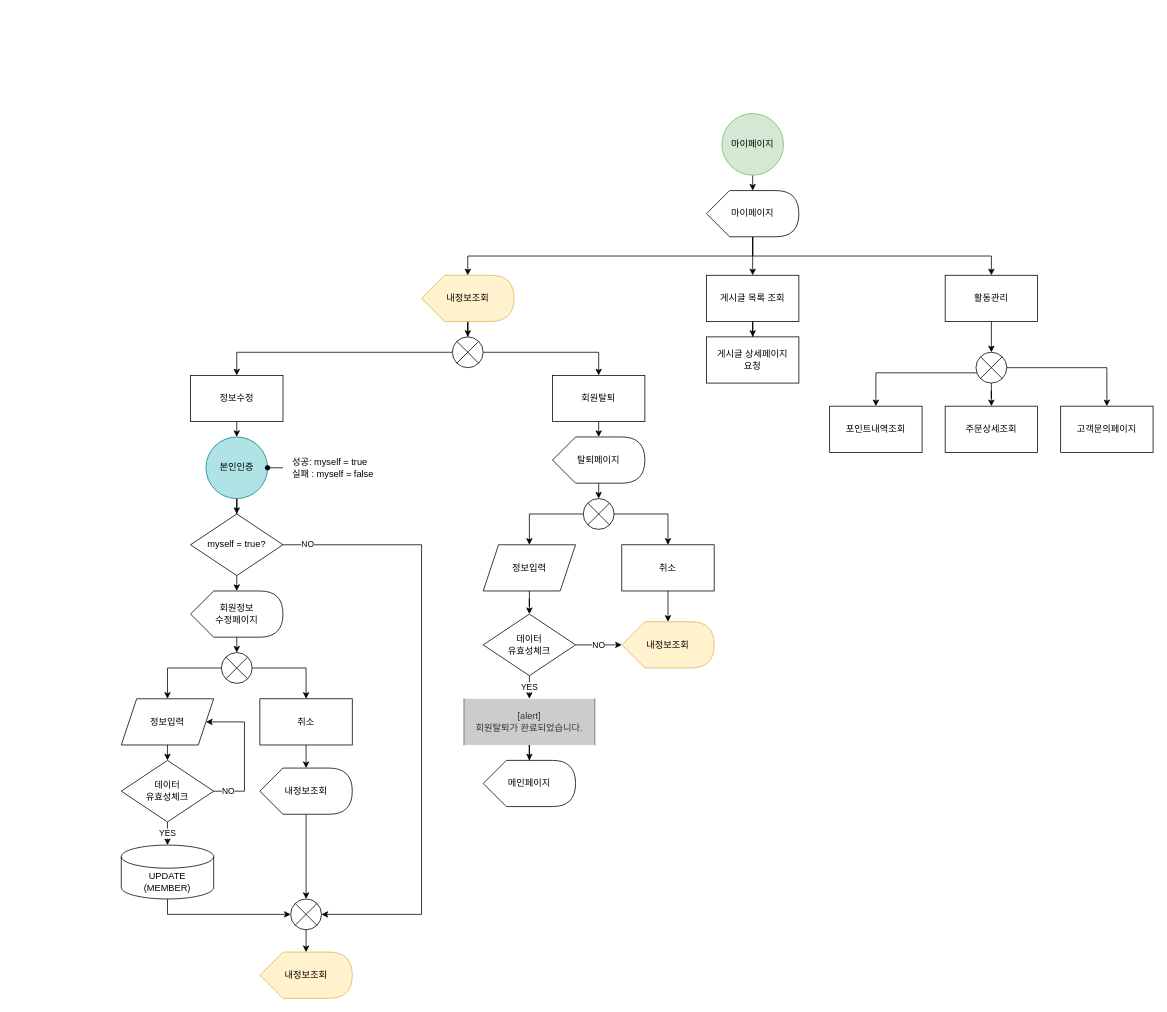
This is page "마이페이지" (7 of 8) of 설계/데이터흐름도/회원 flowchart(혜진).drawio from hjkim27/TEAM_Project, a draw.io file, before an edit. Source tidied: cells renumbered, new cells numbered last; positions are measured from the earlier drawing's top-left corner, leaving out a move shared by most shapes. Both pictures are drawn from the tidied source at 77%, with x=0, y=0 at pixel (121, 113).
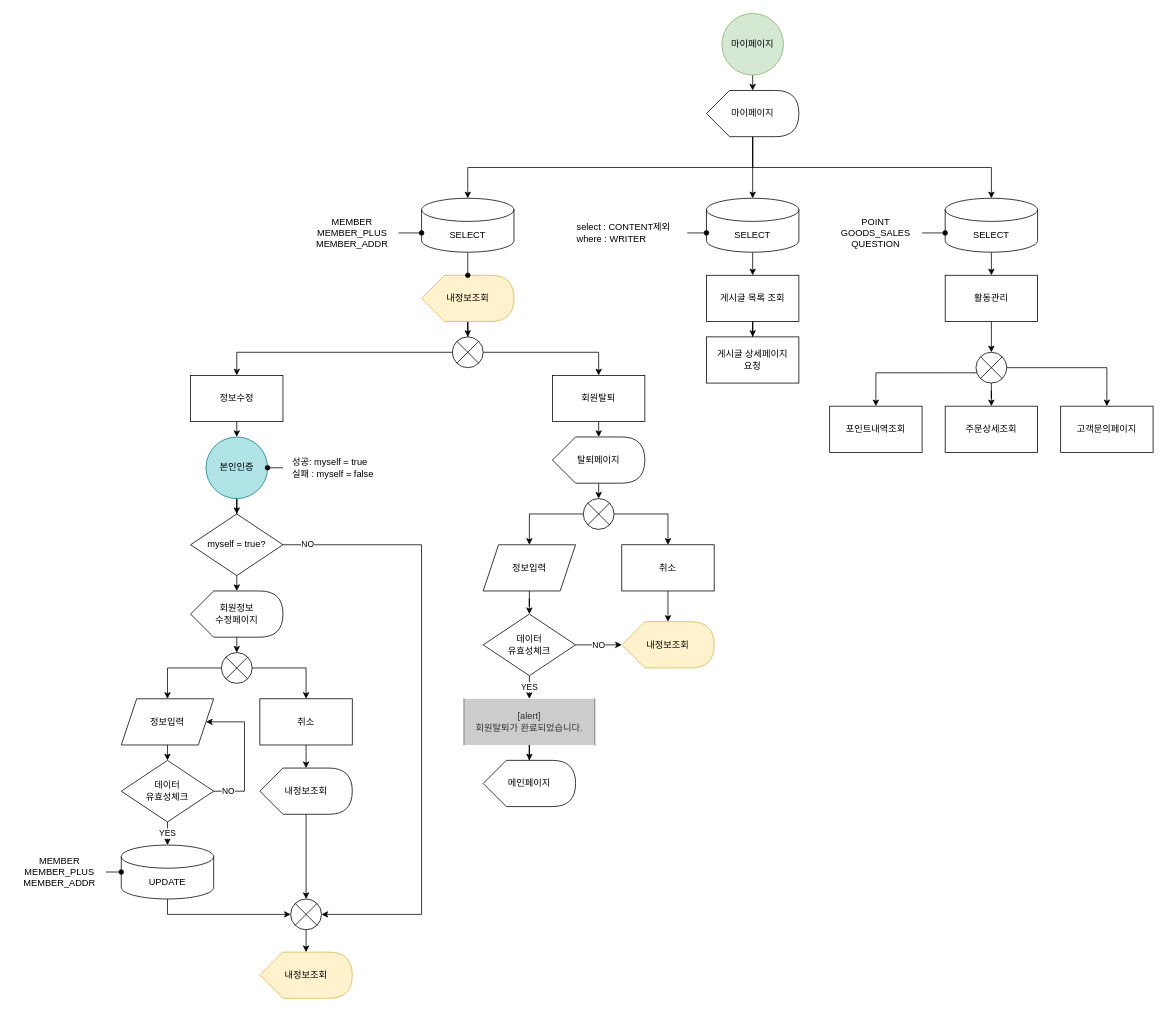
Above is the later version.

Unchanged cells that the change refers to:
```xml
<mxCell id="7" value="활동관리" style="whiteSpace=wrap;html=1;verticalAlign=middle;strokeWidth=1;" parent="1" vertex="1">
  <mxGeometry x="1070" y="210" width="120" height="60" as="geometry" />
</mxCell>
<mxCell id="9" value="게시글 목록 조회" style="whiteSpace=wrap;html=1;verticalAlign=middle;strokeWidth=1;" parent="1" vertex="1">
  <mxGeometry x="760" y="210" width="120" height="60" as="geometry" />
</mxCell>
<mxCell id="42" value="내정보조회" style="shape=display;whiteSpace=wrap;html=1;strokeWidth=1;align=center;fillColor=#fff2cc;strokeColor=#d6b656;" parent="1" vertex="1">
  <mxGeometry x="390" y="210" width="120" height="60" as="geometry" />
</mxCell>
```

Diff of the diagram source:
```diff
@@
     <mxCell id="3" value="마이페이지" style="ellipse;whiteSpace=wrap;html=1;strokeWidth=1;fillColor=#d5e8d4;align=center;verticalAlign=middle;strokeColor=#82b366;" parent="1" vertex="1">
-      <mxGeometry x="780" width="80" height="80" as="geometry" />
+      <mxGeometry x="780" y="-130" width="80" height="80" as="geometry" />
     </mxCell>
@@
-    <mxCell id="33" style="edgeStyle=orthogonalEdgeStyle;rounded=0;jettySize=auto;html=1;exitX=0;exitY=0;exitDx=60;exitDy=60;exitPerimeter=0;entryX=0.5;entryY=0;entryDx=0;entryDy=0;endArrow=classic;endFill=1;" parent="1" edge="1" source="36" target="9">
+    <mxCell id="33" style="edgeStyle=orthogonalEdgeStyle;rounded=0;jettySize=auto;html=1;exitX=0;exitY=0;exitDx=60;exitDy=60;exitPerimeter=0;endArrow=classic;endFill=1;entryX=0.5;entryY=0;entryDx=0;entryDy=0;entryPerimeter=0;" parent="1" edge="1" source="36" target="78">
       <mxGeometry relative="1" as="geometry" />
     </mxCell>
-    <mxCell id="34" style="edgeStyle=orthogonalEdgeStyle;rounded=0;jettySize=auto;html=1;exitX=0;exitY=0;exitDx=60;exitDy=60;exitPerimeter=0;entryX=0.5;entryY=0;entryDx=0;entryDy=0;endArrow=classic;endFill=1;" parent="1" edge="1" source="36" target="7">
-      <mxGeometry relative="1" as="geometry" />
+    <mxCell id="34" style="edgeStyle=orthogonalEdgeStyle;rounded=0;jettySize=auto;html=1;exitX=0;exitY=0;exitDx=60;exitDy=60;exitPerimeter=0;endArrow=classic;endFill=1;" parent="1" edge="1" source="36">
+      <mxGeometry relative="1" as="geometry">
+        <mxPoint x="1130" y="110" as="targetPoint" />
+        <Array as="points">
+          <mxPoint x="820" y="70" />
+          <mxPoint x="1130" y="70" />
+        </Array>
+      </mxGeometry>
     </mxCell>
-    <mxCell id="35" style="edgeStyle=orthogonalEdgeStyle;rounded=0;jettySize=auto;html=1;exitX=0;exitY=0;exitDx=60;exitDy=60;exitPerimeter=0;endArrow=classic;endFill=1;" parent="1" edge="1" source="36" target="42">
+    <mxCell id="35" style="edgeStyle=orthogonalEdgeStyle;rounded=0;jettySize=auto;html=1;exitX=0;exitY=0;exitDx=60;exitDy=60;exitPerimeter=0;endArrow=classic;endFill=1;entryX=0.5;entryY=0;entryDx=0;entryDy=0;entryPerimeter=0;" parent="1" edge="1" source="36" target="74">
       <mxGeometry relative="1" as="geometry" />
     </mxCell>
     <mxCell id="36" value="마이페이지" style="shape=display;whiteSpace=wrap;html=1;strokeWidth=1;align=center;" parent="1" vertex="1">
-      <mxGeometry x="760" y="100" width="120" height="60" as="geometry" />
+      <mxGeometry x="760" y="-30" width="120" height="60" as="geometry" />
     </mxCell>
@@
-    <mxCell id="67" value="UPDATE&lt;br&gt;(MEMBER)" style="shape=cylinder3;whiteSpace=wrap;html=1;boundedLbl=1;backgroundOutline=1;size=15;strokeWidth=1;align=center;" parent="1" vertex="1">
+    <mxCell id="67" value="UPDATE" style="shape=cylinder3;whiteSpace=wrap;html=1;boundedLbl=1;backgroundOutline=1;size=15;strokeWidth=1;align=center;" parent="1" vertex="1">
       <mxGeometry y="950" width="120" height="70" as="geometry" />
     </mxCell>
@@
+    <mxCell id="71" style="edgeStyle=orthogonalEdgeStyle;rounded=0;jettySize=auto;html=1;exitX=1;exitY=0.5;exitDx=0;exitDy=0;entryX=0;entryY=0.5;entryDx=0;entryDy=0;entryPerimeter=0;endArrow=oval;endFill=1;" parent="1" edge="1" source="72" target="67">
+      <mxGeometry relative="1" as="geometry" />
+    </mxCell>
+    <mxCell id="72" value="MEMBER&lt;br&gt;MEMBER_PLUS&lt;br&gt;MEMBER_ADDR" style="text;html=1;strokeColor=none;fillColor=none;align=center;verticalAlign=middle;whiteSpace=wrap;rounded=0;" parent="1" vertex="1">
+      <mxGeometry x="-140" y="970" width="120" height="30" as="geometry" />
+    </mxCell>
+    <mxCell id="73" style="edgeStyle=orthogonalEdgeStyle;rounded=0;jettySize=auto;html=1;exitX=0.5;exitY=1;exitDx=0;exitDy=0;exitPerimeter=0;entryX=0;entryY=0;entryDx=60.000000000000014;entryDy=0;entryPerimeter=0;endArrow=oval;endFill=1;" parent="1" edge="1" source="74" target="42">
+      <mxGeometry relative="1" as="geometry" />
+    </mxCell>
+    <mxCell id="74" value="SELECT" style="shape=cylinder3;whiteSpace=wrap;html=1;boundedLbl=1;backgroundOutline=1;size=15;strokeWidth=1;align=center;" parent="1" vertex="1">
+      <mxGeometry x="390" y="110" width="120" height="70" as="geometry" />
+    </mxCell>
+    <mxCell id="75" style="edgeStyle=orthogonalEdgeStyle;rounded=0;jettySize=auto;html=1;exitX=1;exitY=0.5;exitDx=0;exitDy=0;entryX=0;entryY=0;entryDx=0;entryDy=45;entryPerimeter=0;endArrow=oval;endFill=1;" parent="1" edge="1" source="76" target="74">
+      <mxGeometry relative="1" as="geometry" />
+    </mxCell>
+    <mxCell id="76" value="MEMBER&lt;br&gt;MEMBER_PLUS&lt;br&gt;MEMBER_ADDR" style="text;html=1;strokeColor=none;fillColor=none;align=center;verticalAlign=middle;whiteSpace=wrap;rounded=0;" parent="1" vertex="1">
+      <mxGeometry x="240" y="140" width="120" height="30" as="geometry" />
+    </mxCell>
+    <mxCell id="77" style="edgeStyle=orthogonalEdgeStyle;rounded=0;jettySize=auto;html=1;exitX=0.5;exitY=1;exitDx=0;exitDy=0;exitPerimeter=0;entryX=0.5;entryY=0;entryDx=0;entryDy=0;endArrow=classic;endFill=1;" parent="1" edge="1" source="78" target="9">
+      <mxGeometry relative="1" as="geometry" />
+    </mxCell>
+    <mxCell id="78" value="SELECT" style="shape=cylinder3;whiteSpace=wrap;html=1;boundedLbl=1;backgroundOutline=1;size=15;strokeWidth=1;align=center;" parent="1" vertex="1">
+      <mxGeometry x="760" y="110" width="120" height="70" as="geometry" />
+    </mxCell>
+    <mxCell id="79" style="edgeStyle=orthogonalEdgeStyle;rounded=0;jettySize=auto;html=1;exitX=1;exitY=0.5;exitDx=0;exitDy=0;entryX=0;entryY=0;entryDx=0;entryDy=45;entryPerimeter=0;endArrow=oval;endFill=1;" parent="1" edge="1" source="80" target="78">
+      <mxGeometry relative="1" as="geometry" />
+    </mxCell>
+    <mxCell id="80" value="&lt;div style=&quot;text-align: left&quot;&gt;&lt;span&gt;select : CONTENT제외&lt;/span&gt;&lt;/div&gt;&lt;div style=&quot;text-align: left&quot;&gt;&lt;span&gt;where : WRITER&lt;/span&gt;&lt;/div&gt;" style="text;html=1;strokeColor=none;fillColor=none;align=center;verticalAlign=middle;whiteSpace=wrap;rounded=0;" parent="1" vertex="1">
+      <mxGeometry x="570" y="140" width="165" height="30" as="geometry" />
+    </mxCell>
+    <mxCell id="81" style="edgeStyle=orthogonalEdgeStyle;rounded=0;jettySize=auto;html=1;exitX=0.5;exitY=1;exitDx=0;exitDy=0;exitPerimeter=0;entryX=0.5;entryY=0;entryDx=0;entryDy=0;endArrow=classic;endFill=1;" parent="1" edge="1" source="82" target="7">
+      <mxGeometry relative="1" as="geometry" />
+    </mxCell>
+    <mxCell id="82" value="SELECT" style="shape=cylinder3;whiteSpace=wrap;html=1;boundedLbl=1;backgroundOutline=1;size=15;strokeWidth=1;align=center;" parent="1" vertex="1">
+      <mxGeometry x="1070" y="110" width="120" height="70" as="geometry" />
+    </mxCell>
+    <mxCell id="83" style="edgeStyle=orthogonalEdgeStyle;rounded=0;jettySize=auto;html=1;exitX=1;exitY=0.5;exitDx=0;exitDy=0;entryX=0;entryY=0;entryDx=0;entryDy=45;entryPerimeter=0;endArrow=oval;endFill=1;" parent="1" edge="1" source="84" target="82">
+      <mxGeometry relative="1" as="geometry" />
+    </mxCell>
+    <mxCell id="84" value="&lt;div style=&quot;&quot;&gt;&lt;span&gt;POINT&lt;/span&gt;&lt;/div&gt;&lt;div style=&quot;&quot;&gt;&lt;span&gt;GOODS_SALES&lt;/span&gt;&lt;/div&gt;&lt;div style=&quot;&quot;&gt;&lt;span&gt;QUESTION&lt;/span&gt;&lt;/div&gt;" style="text;html=1;strokeColor=none;fillColor=none;align=center;verticalAlign=middle;whiteSpace=wrap;rounded=0;" parent="1" vertex="1">
+      <mxGeometry x="920" y="140" width="120" height="30" as="geometry" />
+    </mxCell>
```
